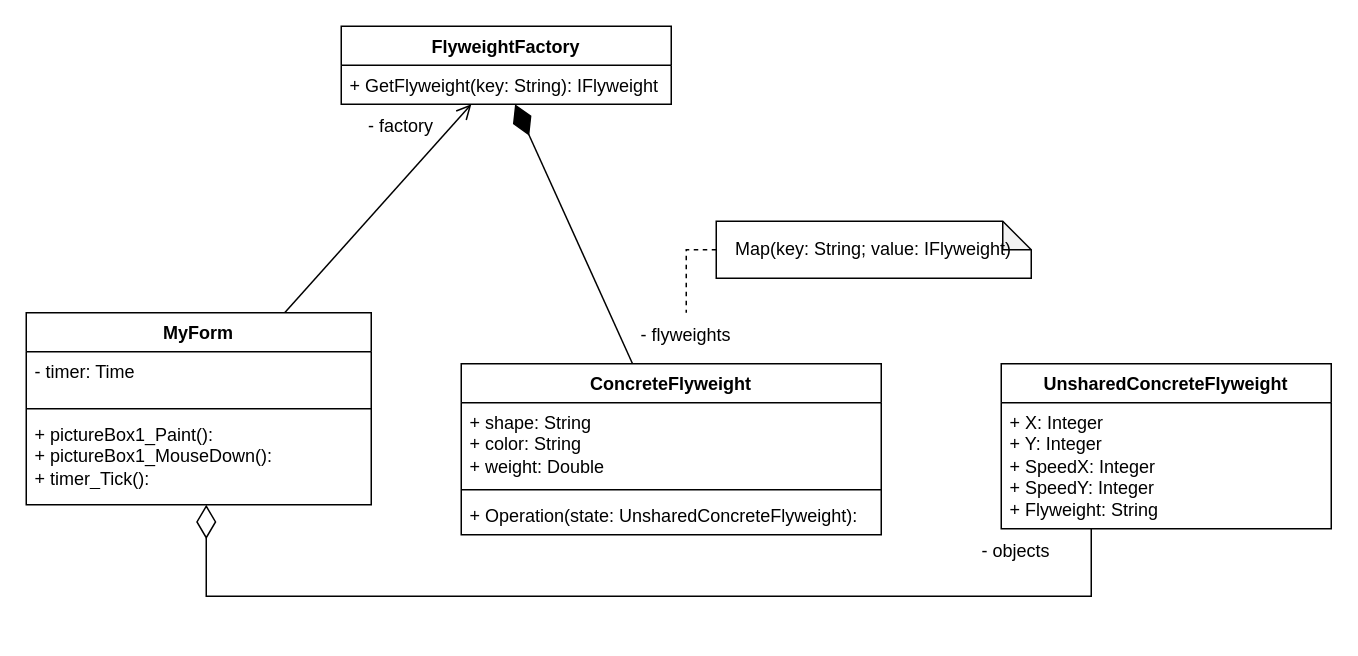
This is lab02/SecondLab.drawio from UWU-Sharky/Shmakov_OOAP, a draw.io file, before an edit. Source tidied: cells renumbered, new cells numbered last; positions are measured from the earlier drawing's top-left corner, leaving out a move shared by most shapes. Both pictures are drawn from the tidied source at 150%, with x=0, y=0 at pixel (26, 26).
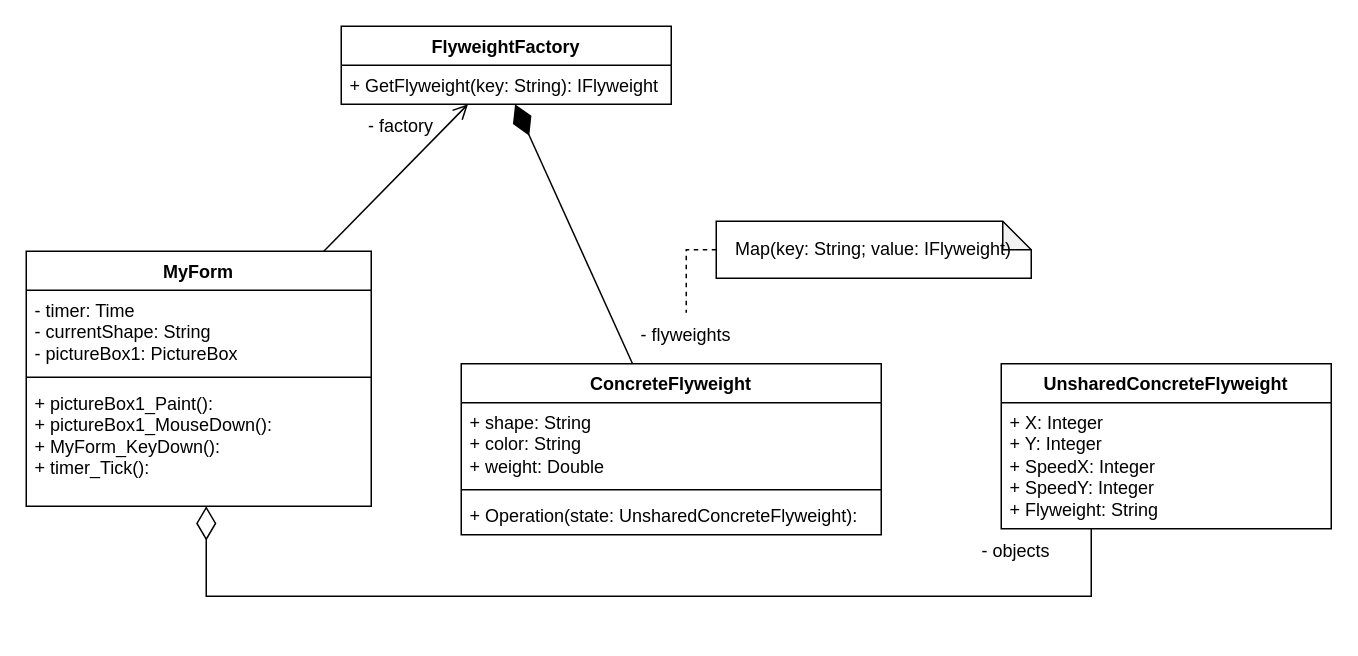
After the change.

What changed in the source:
```diff
@@
     <mxCell id="13" value="MyForm" style="swimlane;fontStyle=1;align=center;verticalAlign=top;horizontal=1;startSize=26;whiteSpace=wrap;html=1;" parent="1" vertex="1">
-      <mxGeometry y="191" width="230" height="128" as="geometry" />
+      <mxGeometry y="150" width="230" height="170" as="geometry" />
     </mxCell>
-    <mxCell id="14" value="- timer: Time" style="text;align=left;verticalAlign=top;spacingLeft=4;spacingRight=4;overflow=hidden;whiteSpace=wrap;html=1;" parent="13" vertex="1">
-      <mxGeometry y="26" width="230" height="34" as="geometry" />
+    <mxCell id="14" value="- timer: Time&lt;div&gt;- currentShape: String&lt;/div&gt;&lt;div&gt;- pictureBox1: PictureBox&lt;/div&gt;&lt;div&gt;&lt;br&gt;&lt;/div&gt;" style="text;align=left;verticalAlign=top;spacingLeft=4;spacingRight=4;overflow=hidden;whiteSpace=wrap;html=1;" parent="13" vertex="1">
+      <mxGeometry y="26" width="230" height="54" as="geometry" />
     </mxCell>
     <mxCell id="15" style="line;strokeWidth=1;align=left;verticalAlign=middle;spacingTop=-1;spacingLeft=3;spacingRight=3;labelPosition=right;" parent="13" vertex="1">
-      <mxGeometry y="60" width="230" height="8" as="geometry" />
+      <mxGeometry y="80" width="230" height="8" as="geometry" />
     </mxCell>
-    <mxCell id="16" value="+ pictureBox1_Paint():&lt;div&gt;+ pictureBox1_MouseDown():&lt;/div&gt;&lt;div&gt;+ timer_Tick():&amp;nbsp;&lt;/div&gt;" style="text;align=left;verticalAlign=top;spacingLeft=4;spacingRight=4;overflow=hidden;whiteSpace=wrap;html=1;" parent="13" vertex="1">
-      <mxGeometry y="68" width="230" height="60" as="geometry" />
+    <mxCell id="16" value="+ pictureBox1_Paint():&lt;div&gt;+ pictureBox1_MouseDown():&lt;/div&gt;&lt;div&gt;+ MyForm_KeyDown():&lt;/div&gt;&lt;div&gt;+ timer_Tick():&amp;nbsp;&lt;/div&gt;" style="text;align=left;verticalAlign=top;spacingLeft=4;spacingRight=4;overflow=hidden;whiteSpace=wrap;html=1;" parent="13" vertex="1">
+      <mxGeometry y="88" width="230" height="82" as="geometry" />
     </mxCell>
```
